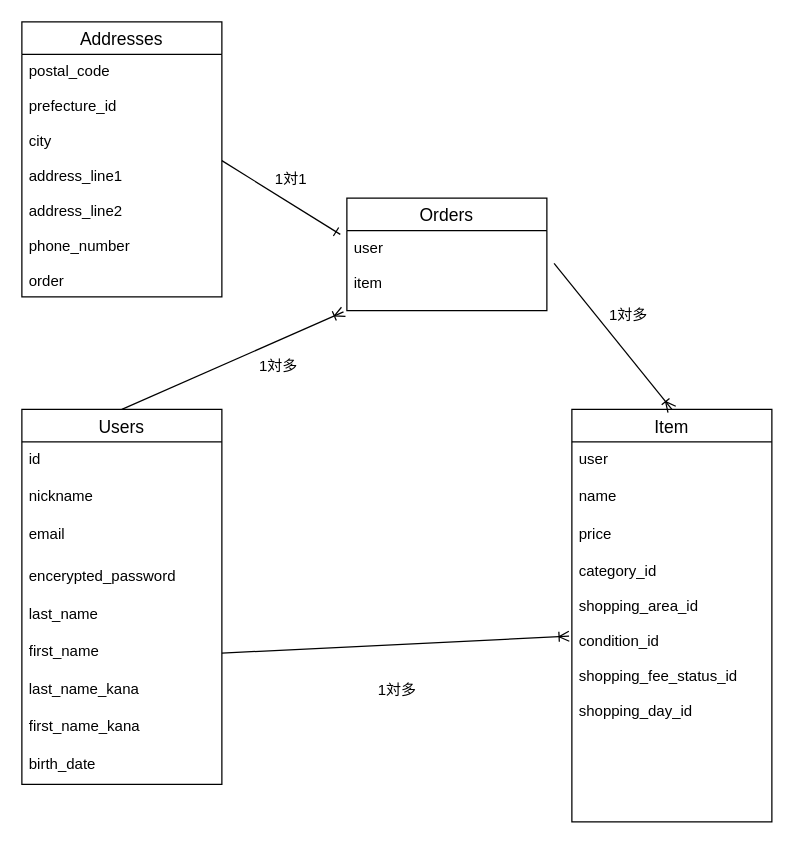
kphayato/furima-41459 keeps this draw.io diagram as test.dio. Above is the earlier version. Source tidied: cells renumbered, new cells numbered last; positions are measured from the earlier drawing's top-left corner, leaving out a move shared by most shapes. Both pictures are drawn from the tidied source at 125%, with x=0, y=0 at pixel (21, 21).
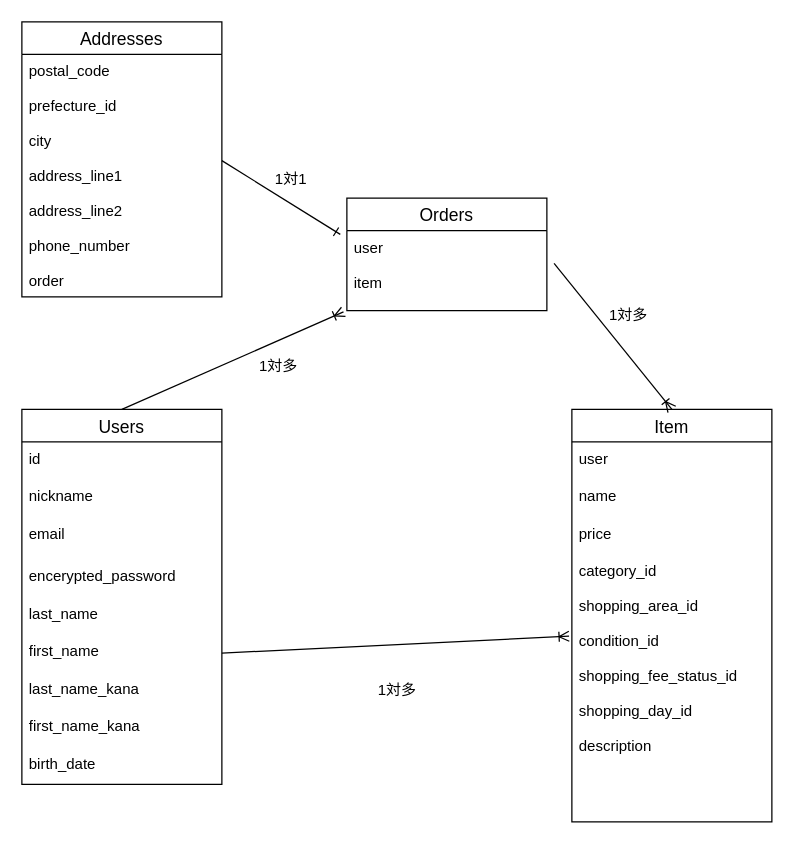
Above is the later version.

Commit message (it also covers changes not shown here):
READOME，ER図の修正

descriptionの追加、stock_status_idの削除

The change refers to these unchanged cells:
```xml
<mxCell id="5" value="Item" style="swimlane;fontStyle=0;horizontal=1;startSize=26;align=center;fontSize=14;" parent="1" vertex="1">
  <mxGeometry x="440" y="310" width="160" height="330" as="geometry" />
</mxCell>
```

The edit, as a diff of the source:
```diff
@@
-    <mxCell id="9" value="category_id&#10;&#10;shopping_area_id&#10;&#10;condition_id&#10;&#10;shopping_fee_status_id&#10;&#10;shopping_day_id&#10;" style="text;strokeColor=none;fillColor=none;spacingLeft=4;spacingRight=4;overflow=hidden;points=[[0,0.5],[1,0.5]];portConstraint=eastwest;fontSize=12;" parent="5" vertex="1">
+    <mxCell id="9" value="category_id&#10;&#10;shopping_area_id&#10;&#10;condition_id&#10;&#10;shopping_fee_status_id&#10;&#10;shopping_day_id&#10;&#10;description&#10;" style="text;strokeColor=none;fillColor=none;spacingLeft=4;spacingRight=4;overflow=hidden;points=[[0,0.5],[1,0.5]];portConstraint=eastwest;fontSize=12;" parent="5" vertex="1">
       <mxGeometry y="116" width="160" height="214" as="geometry" />
     </mxCell>
```
